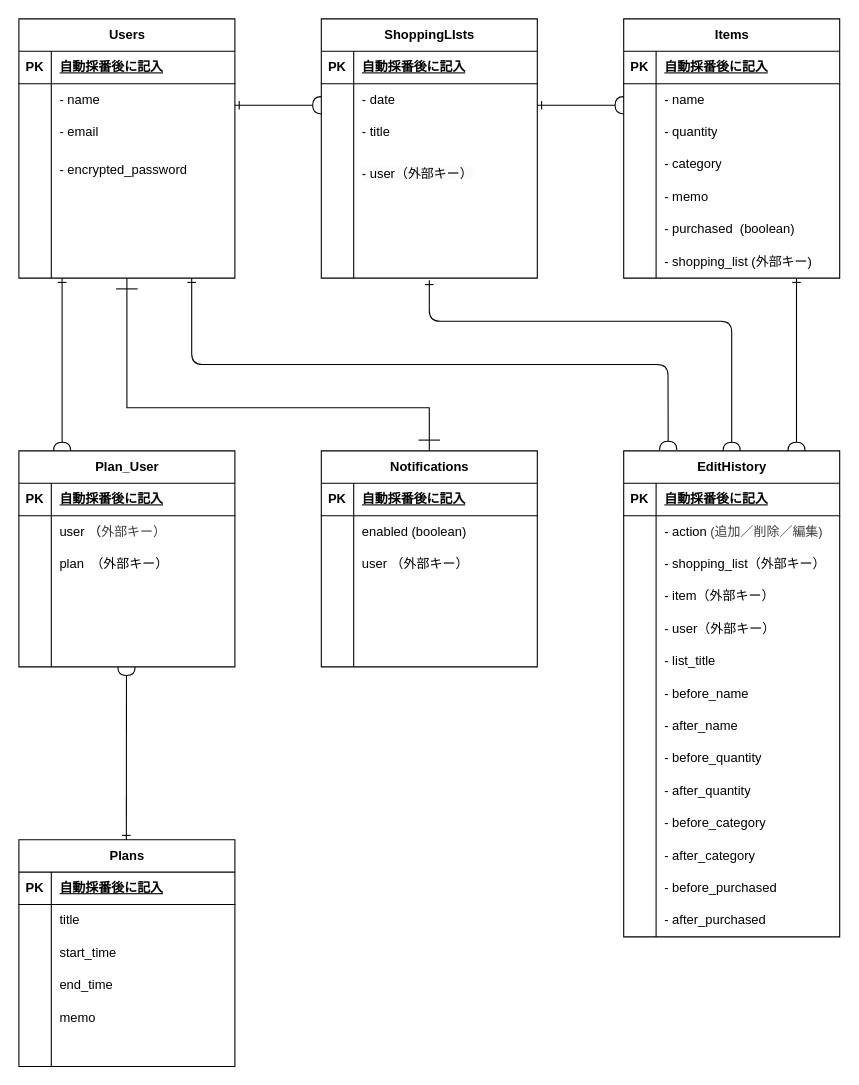
This is ER図.dio from wassyprince/shopping_days, a draw.io file, before an edit. Source tidied: cells renumbered, new cells numbered last; positions are measured from the earlier drawing's top-left corner, leaving out a move shared by most shapes. Both pictures are drawn from the tidied source at 108%, with x=0, y=0 at pixel (18, 18).
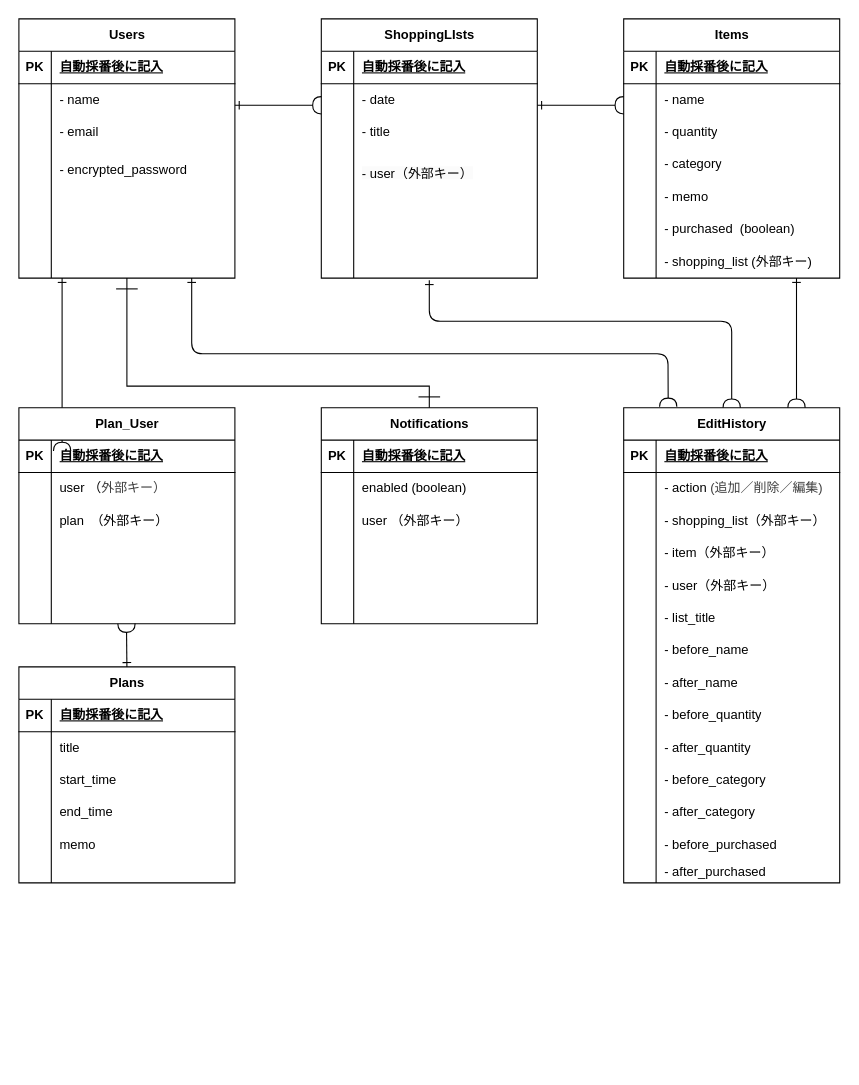
The same diagram, later.

The change refers to these unchanged cells:
```xml
<mxCell id="37" style="shape=tableRow;horizontal=0;startSize=0;swimlaneHead=0;swimlaneBody=0;fillColor=none;points=[[0,0.5],[1,0.5]];portConstraint=eastwest;top=0;left=0;right=0;bottom=0;" parent="21" vertex="1">
  <mxGeometry y="210" width="200" height="30" as="geometry" />
</mxCell>
<mxCell id="168" style="shape=tableRow;horizontal=0;startSize=0;swimlaneHead=0;swimlaneBody=0;fillColor=none;points=[[0,0.5],[1,0.5]];portConstraint=eastwest;top=0;left=0;right=0;bottom=0;" parent="152" vertex="1">
  <mxGeometry y="180" width="200" height="20" as="geometry" />
</mxCell>
```

Diff of the diagram source:
```diff
@@
     <mxCell id="2" value="Notifications" style="shape=table;startSize=30;childLayout=tableLayout;rowLines=0;fontStyle=1;align=center;html=1;" parent="1" vertex="1">
-      <mxGeometry x="280" y="400" width="200" height="200" as="geometry" />
+      <mxGeometry x="280" y="360" width="200" height="200" as="geometry" />
     </mxCell>
@@
     <mxCell id="40" value="EditHistory" style="shape=table;startSize=30;childLayout=tableLayout;rowLines=0;fontStyle=1;align=center;html=1;" parent="1" vertex="1">
-      <mxGeometry x="560" y="400" width="200" height="450" as="geometry" />
+      <mxGeometry x="560" y="360" width="200" height="440" as="geometry" />
     </mxCell>
@@
     <mxCell id="80" style="shape=tableRow;horizontal=0;startSize=0;swimlaneHead=0;swimlaneBody=0;fillColor=none;top=0;left=0;right=0;bottom=0;" parent="40" vertex="1">
-      <mxGeometry y="420" width="200" height="30" as="geometry" />
+      <mxGeometry y="420" width="200" height="20" as="geometry" />
     </mxCell>
     <mxCell id="81" style="shape=partialRectangle;fillColor=none;top=0;left=0;bottom=0;right=0;overflow=hidden;whiteSpace=wrap;html=1;" parent="80" vertex="1">
-      <mxGeometry width="30" height="30" as="geometry" />
+      <mxGeometry width="30" height="20" as="geometry" />
     </mxCell>
     <mxCell id="82" value="- after_purchased" style="shape=partialRectangle;fillColor=none;top=0;left=0;bottom=0;right=0;align=left;spacingLeft=6;overflow=hidden;whiteSpace=wrap;html=1;" parent="80" vertex="1">
-      <mxGeometry x="30" width="170" height="30" as="geometry" />
+      <mxGeometry x="30" width="170" height="20" as="geometry" />
     </mxCell>
@@
     <mxCell id="128" style="edgeStyle=none;html=1;strokeColor=default;endArrow=halfCircle;endFill=0;startArrow=ERone;startFill=0;entryX=0.206;entryY=-0.002;entryDx=0;entryDy=0;entryPerimeter=0;" parent="1" edge="1" target="40">
       <mxGeometry relative="1" as="geometry">
         <mxPoint x="160" y="240" as="sourcePoint" />
         <Array as="points">
-          <mxPoint x="160" y="320" />
-          <mxPoint x="380" y="320" />
-          <mxPoint x="601" y="320" />
+          <mxPoint x="160" y="310" />
+          <mxPoint x="601" y="310" />
         </Array>
       </mxGeometry>
     </mxCell>
     <mxCell id="129" style="edgeStyle=none;html=1;strokeColor=default;endArrow=halfCircle;endFill=0;startArrow=ERone;startFill=0;" parent="1" edge="1">
       <mxGeometry relative="1" as="geometry">
         <mxPoint x="720" y="240" as="sourcePoint" />
-        <mxPoint x="720" y="400" as="targetPoint" />
+        <mxPoint x="720" y="360" as="targetPoint" />
         <Array as="points">
           <mxPoint x="720" y="310" />
-          <mxPoint x="720" y="400" />
         </Array>
       </mxGeometry>
     </mxCell>
@@
     <mxCell id="133" value="Plans" style="shape=table;startSize=30;childLayout=tableLayout;rowLines=0;fontStyle=1;align=center;html=1;" parent="1" vertex="1">
-      <mxGeometry y="760" width="200" height="210" as="geometry" />
+      <mxGeometry y="600" width="200" height="200" as="geometry" />
     </mxCell>
@@
     <mxCell id="149" style="shape=tableRow;horizontal=0;startSize=0;swimlaneHead=0;swimlaneBody=0;fillColor=none;top=0;left=0;right=0;bottom=0;" parent="133" vertex="1">
-      <mxGeometry y="180" width="200" height="30" as="geometry" />
+      <mxGeometry y="180" width="200" height="20" as="geometry" />
     </mxCell>
     <mxCell id="150" style="shape=partialRectangle;fillColor=none;top=0;left=0;bottom=0;right=0;overflow=hidden;whiteSpace=wrap;html=1;" parent="149" vertex="1">
-      <mxGeometry width="30" height="30" as="geometry" />
+      <mxGeometry width="30" height="20" as="geometry" />
     </mxCell>
     <mxCell id="151" style="shape=partialRectangle;fillColor=none;top=0;left=0;bottom=0;right=0;align=left;spacingLeft=6;overflow=hidden;whiteSpace=wrap;html=1;" parent="149" vertex="1">
-      <mxGeometry x="30" width="170" height="30" as="geometry" />
+      <mxGeometry x="30" width="170" height="20" as="geometry" />
     </mxCell>
     <mxCell id="152" value="Plan_User" style="shape=table;startSize=30;childLayout=tableLayout;rowLines=0;fontStyle=1;align=center;html=1;" parent="1" vertex="1">
-      <mxGeometry y="400" width="200" height="200" as="geometry" />
+      <mxGeometry y="360" width="200" height="200" as="geometry" />
     </mxCell>
@@
     <mxCell id="171" style="edgeStyle=none;html=1;strokeColor=default;endArrow=halfCircle;endFill=0;startArrow=ERone;startFill=0;entryX=0.498;entryY=1;entryDx=0;entryDy=0;entryPerimeter=0;" parent="1" edge="1" target="168">
       <mxGeometry relative="1" as="geometry">
-        <mxPoint x="99.5" y="760" as="sourcePoint" />
+        <mxPoint x="100" y="600" as="sourcePoint" />
       </mxGeometry>
     </mxCell>
-    <mxCell id="172" style="endArrow=none;html=1;rounded=0;strokeColor=default;align=center;verticalAlign=middle;fontFamily=Helvetica;fontSize=11;fontColor=default;labelBackgroundColor=default;entryX=0.5;entryY=0;entryDx=0;entryDy=0;exitX=0.5;exitY=1;exitDx=0;exitDy=0;exitPerimeter=0;" parent="1" edge="1" source="37" target="2">
+    <mxCell id="172" style="endArrow=none;html=1;rounded=0;strokeColor=default;align=center;verticalAlign=middle;fontFamily=Helvetica;fontSize=11;fontColor=default;labelBackgroundColor=default;exitX=0.5;exitY=1;exitDx=0;exitDy=0;exitPerimeter=0;entryX=0.5;entryY=0;entryDx=0;entryDy=0;" parent="1" edge="1" source="37" target="2">
       <mxGeometry relative="1" as="geometry">
         <Array as="points">
-          <mxPoint x="100" y="360" />
-          <mxPoint x="380" y="360" />
+          <mxPoint x="100" y="340" />
+          <mxPoint x="380" y="340" />
         </Array>
       </mxGeometry>
     </mxCell>
@@
     <mxCell id="174" style="endArrow=none;html=1;rounded=0;" parent="1" edge="1">
       <mxGeometry relative="1" as="geometry">
-        <mxPoint x="370" y="390" as="sourcePoint" />
-        <mxPoint x="390" y="390" as="targetPoint" />
+        <mxPoint x="370" y="350" as="sourcePoint" />
+        <mxPoint x="390" y="350" as="targetPoint" />
       </mxGeometry>
     </mxCell>
```
